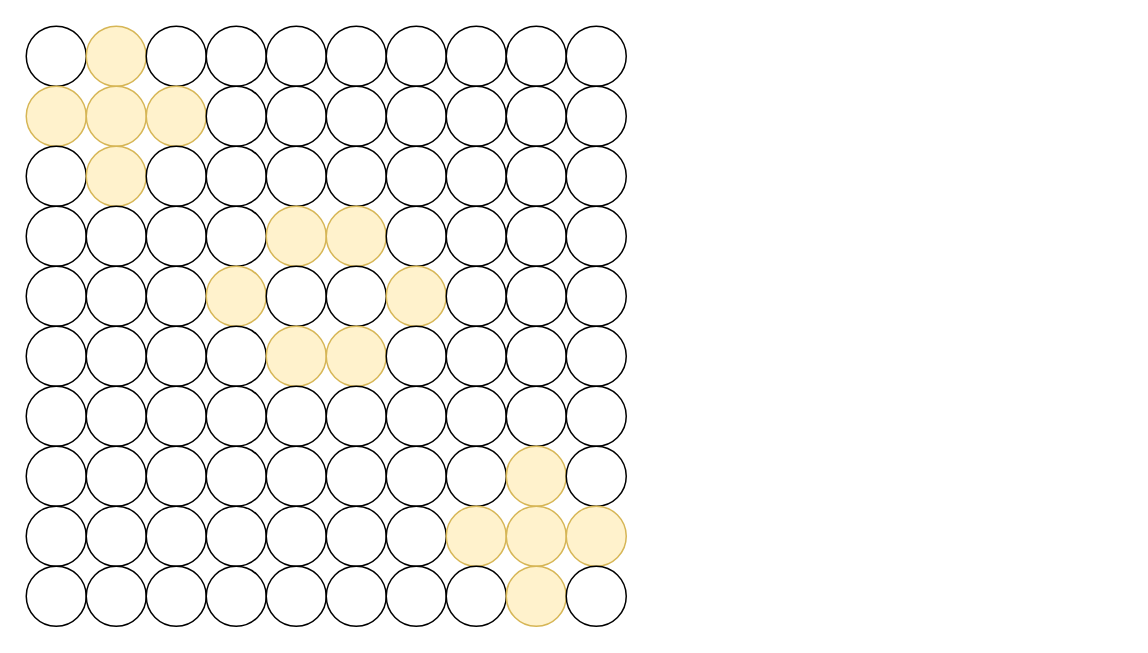
The draw.io diagram 2024_BOJ/drawio/14939.drawio in celbeing/PS_STUDY, before the edit. Source tidied: cells renumbered, new cells numbered last; positions are measured from the earlier drawing's top-left corner, leaving out a move shared by most shapes. Both pictures are drawn from the tidied source at 150%, with x=0, y=0 at pixel (26, 26).
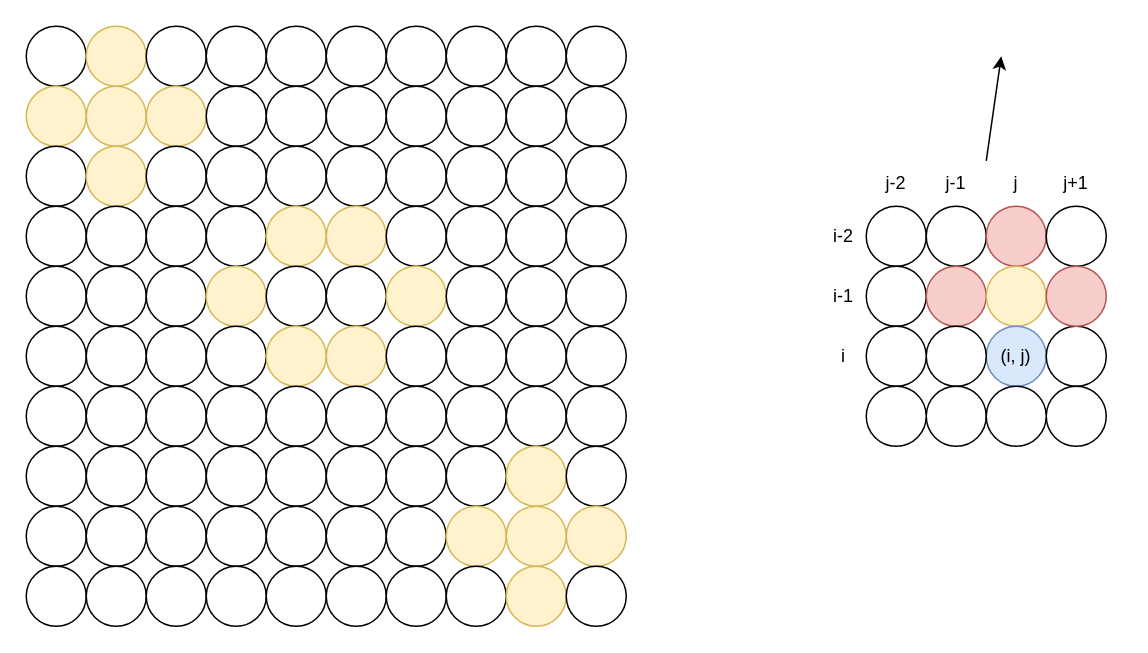
The same page after the edit.

What changed in the source:
```diff
@@
+    <mxCell id="102" style="rounded=0;whiteSpace=wrap;html=1;strokeColor=none;" parent="1" vertex="1">
+      <mxGeometry x="530" y="90" width="200" height="200" as="geometry" />
+    </mxCell>
@@
+    <mxCell id="103" style="ellipse;whiteSpace=wrap;html=1;" parent="1" vertex="1">
+      <mxGeometry x="560" y="120" width="40" height="40" as="geometry" />
+    </mxCell>
+    <mxCell id="104" style="ellipse;whiteSpace=wrap;html=1;" parent="1" vertex="1">
+      <mxGeometry x="600" y="120" width="40" height="40" as="geometry" />
+    </mxCell>
+    <mxCell id="105" style="ellipse;whiteSpace=wrap;html=1;fillColor=#f8cecc;strokeColor=#b85450;" parent="1" vertex="1">
+      <mxGeometry x="640" y="120" width="40" height="40" as="geometry" />
+    </mxCell>
+    <mxCell id="106" style="ellipse;whiteSpace=wrap;html=1;" parent="1" vertex="1">
+      <mxGeometry x="680" y="120" width="40" height="40" as="geometry" />
+    </mxCell>
+    <mxCell id="107" style="ellipse;whiteSpace=wrap;html=1;" parent="1" vertex="1">
+      <mxGeometry x="560" y="160" width="40" height="40" as="geometry" />
+    </mxCell>
+    <mxCell id="108" style="ellipse;whiteSpace=wrap;html=1;fillColor=#f8cecc;strokeColor=#b85450;" parent="1" vertex="1">
+      <mxGeometry x="600" y="160" width="40" height="40" as="geometry" />
+    </mxCell>
+    <mxCell id="109" style="ellipse;whiteSpace=wrap;html=1;fillColor=#fff2cc;strokeColor=#d6b656;" parent="1" vertex="1">
+      <mxGeometry x="640" y="160" width="40" height="40" as="geometry" />
+    </mxCell>
+    <mxCell id="110" value="(i, j)" style="ellipse;whiteSpace=wrap;html=1;direction=south;fillColor=#dae8fc;strokeColor=#6c8ebf;" parent="1" vertex="1">
+      <mxGeometry x="640" y="200" width="40" height="40" as="geometry" />
+    </mxCell>
+    <mxCell id="111" style="ellipse;whiteSpace=wrap;html=1;" parent="1" vertex="1">
+      <mxGeometry x="680" y="200" width="40" height="40" as="geometry" />
+    </mxCell>
+    <mxCell id="112" style="ellipse;whiteSpace=wrap;html=1;fillColor=#f8cecc;strokeColor=#b85450;" parent="1" vertex="1">
+      <mxGeometry x="680" y="160" width="40" height="40" as="geometry" />
+    </mxCell>
+    <mxCell id="113" style="endArrow=classic;html=1;rounded=0;" parent="1" edge="1">
+      <mxGeometry relative="1" as="geometry">
+        <mxPoint x="640" y="89.8" as="sourcePoint" />
+        <mxPoint x="650" y="20" as="targetPoint" />
+      </mxGeometry>
+    </mxCell>
+    <mxCell id="114" style="ellipse;whiteSpace=wrap;html=1;" parent="1" vertex="1">
+      <mxGeometry x="600" y="200" width="40" height="40" as="geometry" />
+    </mxCell>
+    <mxCell id="115" style="ellipse;whiteSpace=wrap;html=1;direction=south;" parent="1" vertex="1">
+      <mxGeometry x="560" y="200" width="40" height="40" as="geometry" />
+    </mxCell>
+    <mxCell id="116" style="ellipse;whiteSpace=wrap;html=1;" parent="1" vertex="1">
+      <mxGeometry x="600" y="240" width="40" height="40" as="geometry" />
+    </mxCell>
+    <mxCell id="117" style="ellipse;whiteSpace=wrap;html=1;direction=south;" parent="1" vertex="1">
+      <mxGeometry x="560" y="240" width="40" height="40" as="geometry" />
+    </mxCell>
+    <mxCell id="118" style="ellipse;whiteSpace=wrap;html=1;" parent="1" vertex="1">
+      <mxGeometry x="680" y="240" width="40" height="40" as="geometry" />
+    </mxCell>
+    <mxCell id="119" style="ellipse;whiteSpace=wrap;html=1;direction=south;" parent="1" vertex="1">
+      <mxGeometry x="640" y="240" width="40" height="40" as="geometry" />
+    </mxCell>
+    <mxCell id="120" value="i-2" style="text;html=1;align=center;verticalAlign=middle;whiteSpace=wrap;rounded=0;" parent="1" vertex="1">
+      <mxGeometry x="530" y="125" width="30" height="30" as="geometry" />
+    </mxCell>
+    <mxCell id="121" value="i-1" style="text;html=1;align=center;verticalAlign=middle;whiteSpace=wrap;rounded=0;" parent="1" vertex="1">
+      <mxGeometry x="530" y="165" width="30" height="30" as="geometry" />
+    </mxCell>
+    <mxCell id="122" value="i" style="text;html=1;align=center;verticalAlign=middle;whiteSpace=wrap;rounded=0;" parent="1" vertex="1">
+      <mxGeometry x="530" y="205" width="30" height="30" as="geometry" />
+    </mxCell>
+    <mxCell id="123" value="j-1" style="text;html=1;align=center;verticalAlign=middle;whiteSpace=wrap;rounded=0;" parent="1" vertex="1">
+      <mxGeometry x="605" y="90" width="30" height="30" as="geometry" />
+    </mxCell>
+    <mxCell id="124" value="j" style="text;html=1;align=center;verticalAlign=middle;whiteSpace=wrap;rounded=0;" parent="1" vertex="1">
+      <mxGeometry x="645" y="90" width="30" height="30" as="geometry" />
+    </mxCell>
+    <mxCell id="125" value="j-2" style="text;html=1;align=center;verticalAlign=middle;whiteSpace=wrap;rounded=0;" parent="1" vertex="1">
+      <mxGeometry x="565" y="90" width="30" height="30" as="geometry" />
+    </mxCell>
+    <mxCell id="126" value="j+1" style="text;html=1;align=center;verticalAlign=middle;whiteSpace=wrap;rounded=0;" parent="1" vertex="1">
+      <mxGeometry x="685" y="90" width="30" height="30" as="geometry" />
+    </mxCell>
```
